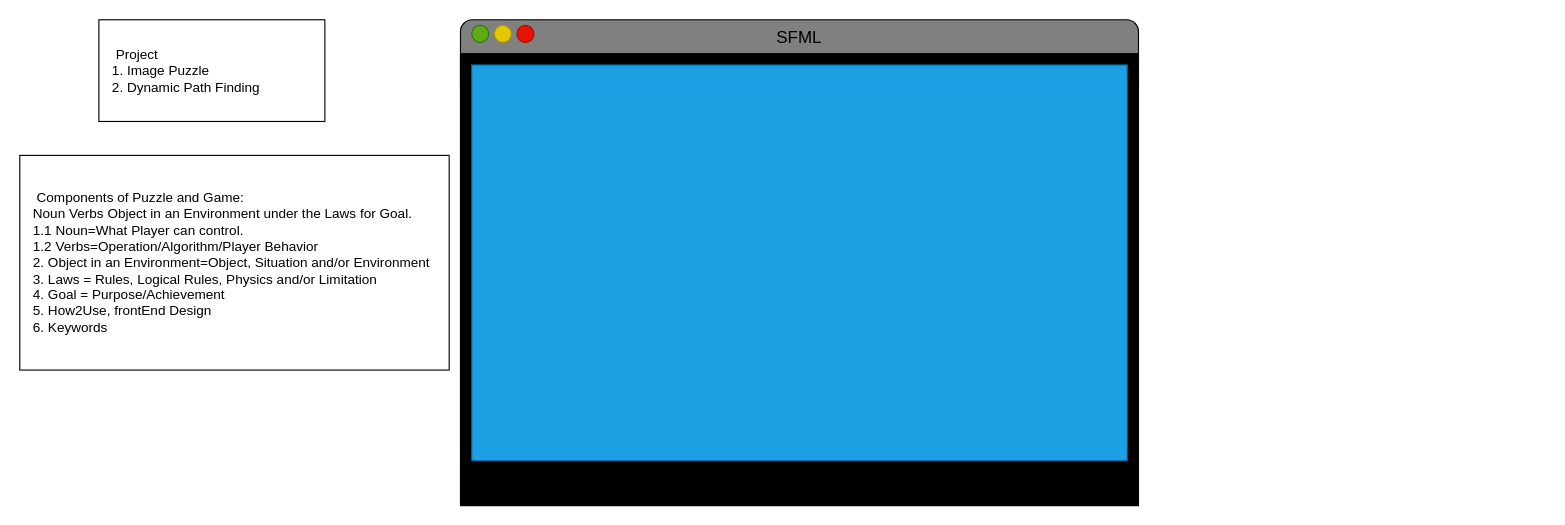
Earlier version of the draw.io diagram TODOLISTapril2022.drawio (NihilisticMotif/Draw10SoftwarePlanning). Source tidied: cells renumbered, new cells numbered last; positions are measured from the earlier drawing's top-left corner, leaving out a move shared by most shapes. Both pictures are drawn from the tidied source at 113%, with x=0, y=0 at pixel (19, 19).
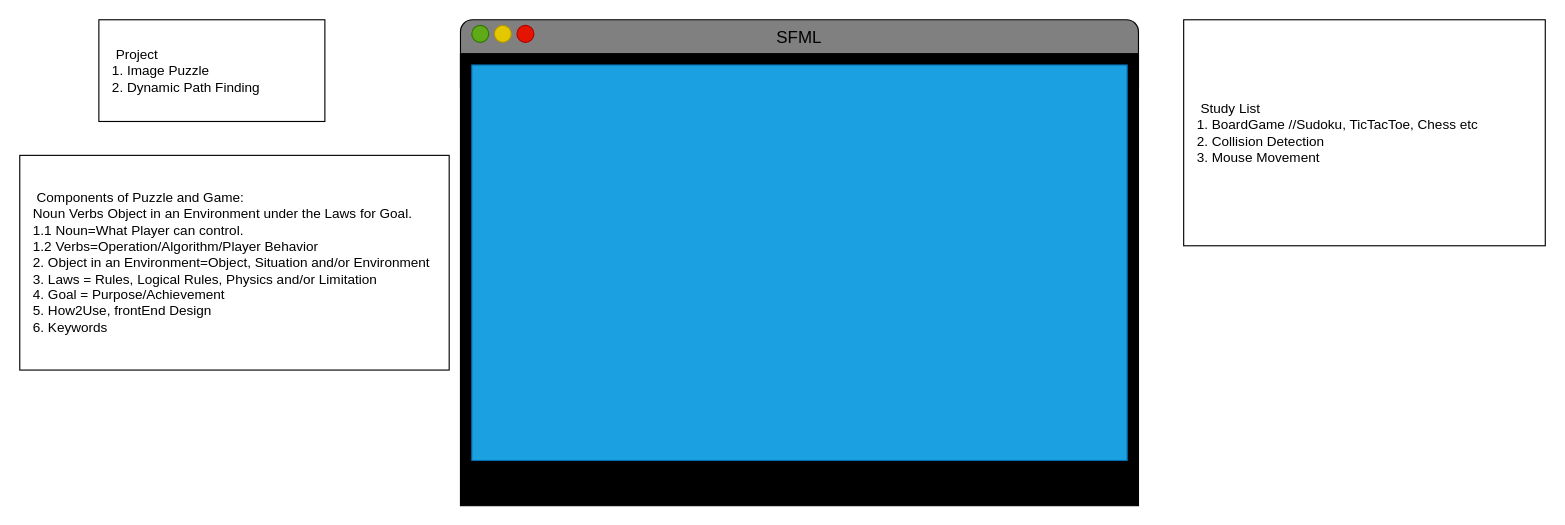
The same page after the edit.

The edit, as a diff of the source:
```diff
@@
 <mxGraphModel>
   <root>
     <mxCell id="0" />
     <mxCell id="1" parent="0" />
     <mxCell id="2" value="&lt;span style=&quot;white-space: pre&quot;&gt; Project&lt;br&gt;1. Image Puzzle&lt;br&gt;2. Dynamic Path Finding&lt;br&gt;&lt;/span&gt;" style="rounded=0;whiteSpace=wrap;html=1;spacingLeft=10;align=left;" parent="1" vertex="1">
       <mxGeometry x="70" width="200" height="90" as="geometry" />
     </mxCell>
     <mxCell id="3" style="rounded=1;whiteSpace=wrap;html=1;fillColor=#808080;" parent="1" vertex="1">
       <mxGeometry x="390" width="600" height="70" as="geometry" />
     </mxCell>
     <mxCell id="4" style="rounded=0;whiteSpace=wrap;html=1;fillColor=#000000;" parent="1" vertex="1">
       <mxGeometry x="390" y="30" width="600" height="400" as="geometry" />
     </mxCell>
     <mxCell id="5" style="rounded=0;whiteSpace=wrap;html=1;fillColor=#1ba1e2;strokeColor=#006EAF;fontColor=#ffffff;" parent="1" vertex="1">
       <mxGeometry x="400" y="40" width="580" height="350" as="geometry" />
     </mxCell>
     <mxCell id="6" value="SFML" style="text;html=1;strokeColor=none;fillColor=none;align=center;verticalAlign=middle;whiteSpace=wrap;rounded=0;fontSize=15;" parent="1" vertex="1">
       <mxGeometry x="660" width="60" height="30" as="geometry" />
     </mxCell>
     <mxCell id="7" style="ellipse;whiteSpace=wrap;html=1;fillColor=#60a917;fontColor=#ffffff;strokeColor=#2D7600;" parent="1" vertex="1">
       <mxGeometry x="400" y="5" width="15" height="15" as="geometry" />
     </mxCell>
     <mxCell id="8" style="ellipse;whiteSpace=wrap;html=1;fillColor=#e3c800;fontColor=#000000;strokeColor=#B09500;" parent="1" vertex="1">
       <mxGeometry x="420" y="5" width="15" height="15" as="geometry" />
     </mxCell>
     <mxCell id="9" style="ellipse;whiteSpace=wrap;html=1;fillColor=#e51400;fontColor=#ffffff;strokeColor=#B20000;" parent="1" vertex="1">
       <mxGeometry x="440" y="5" width="15" height="15" as="geometry" />
     </mxCell>
     <mxCell id="10" value="&lt;span style=&quot;white-space: pre&quot;&gt; Components of Puzzle and Game:&lt;br&gt;Noun Verbs Object in an Environment under the Laws for Goal.&lt;br&gt;1.1 Noun=What Player can control.&lt;br&gt;1.2 Verbs=Operation/Algorithm/Player Behavior&lt;br&gt;2. Object in an Environment=Object, Situation and/or Environment&lt;br&gt;3. Laws = Rules, Logical Rules, Physics and/or Limitation&lt;br&gt;4. Goal = Purpose/Achievement&lt;br&gt;5. How2Use, frontEnd Design&lt;br&gt;6. Keywords&lt;br&gt;&lt;/span&gt;" style="rounded=0;whiteSpace=wrap;html=1;align=left;spacingLeft=10;" parent="1" vertex="1">
       <mxGeometry y="120" width="380" height="190" as="geometry" />
     </mxCell>
+    <mxCell id="11" value="&lt;span style=&quot;white-space: pre&quot;&gt; Study List&lt;br/&gt;1. BoardGame //Sudoku, TicTacToe, Chess etc&lt;br/&gt;2. Collision Detection&lt;br/&gt;3. Mouse Movement&lt;br/&gt;&lt;/span&gt;" style="rounded=0;whiteSpace=wrap;html=1;align=left;spacingLeft=10;" parent="1" vertex="1">
+      <mxGeometry x="1030" width="320" height="200" as="geometry" />
+    </mxCell>
   </root>
 </mxGraphModel>
```
